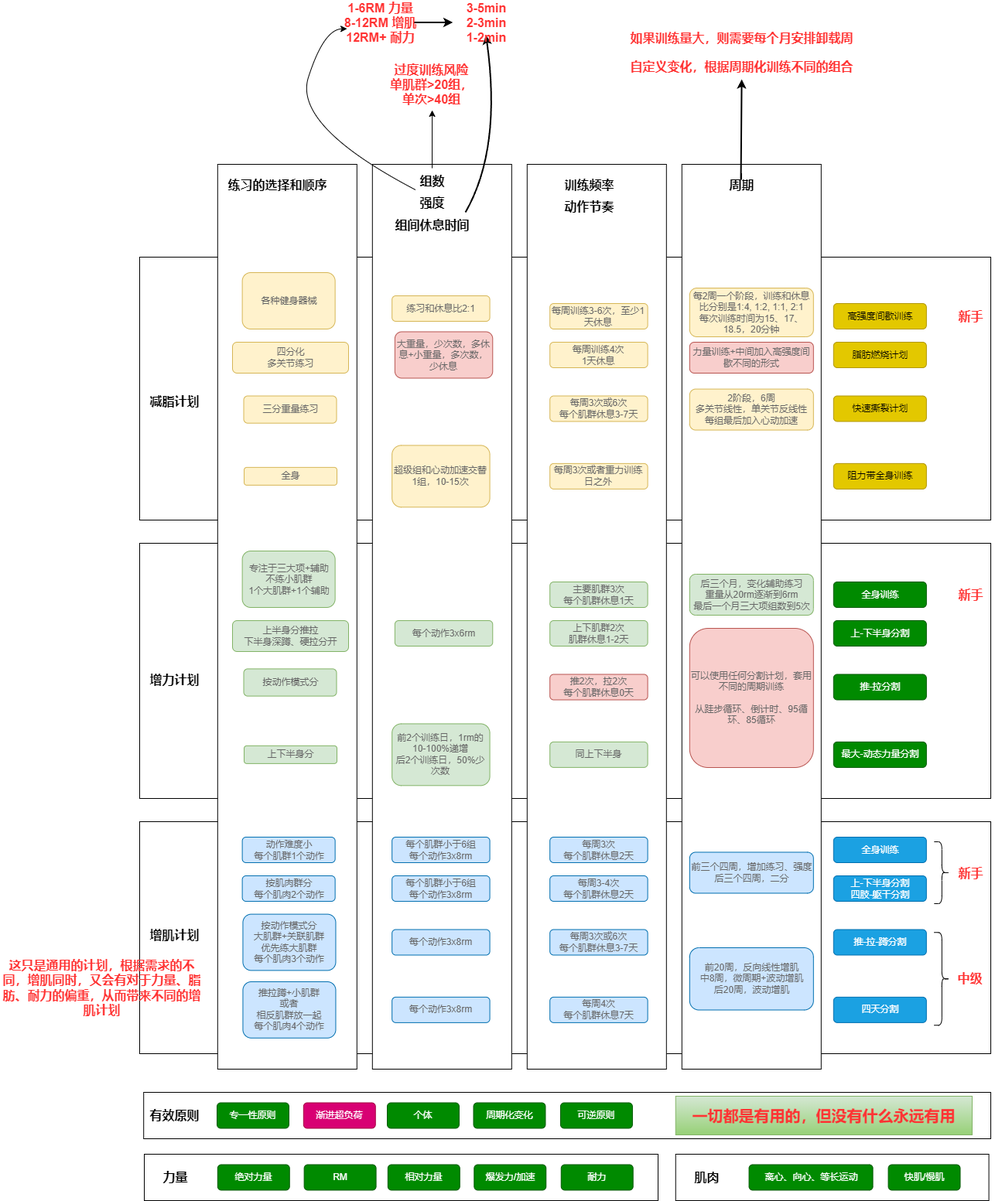
Before: image/run.drawio.png, a diagram exported from draw.io (codefossil/livingbook). Source tidied: cells renumbered, new cells last; positions are measured from the earlier drawing's top-left corner, leaving out a move shared by most shapes.
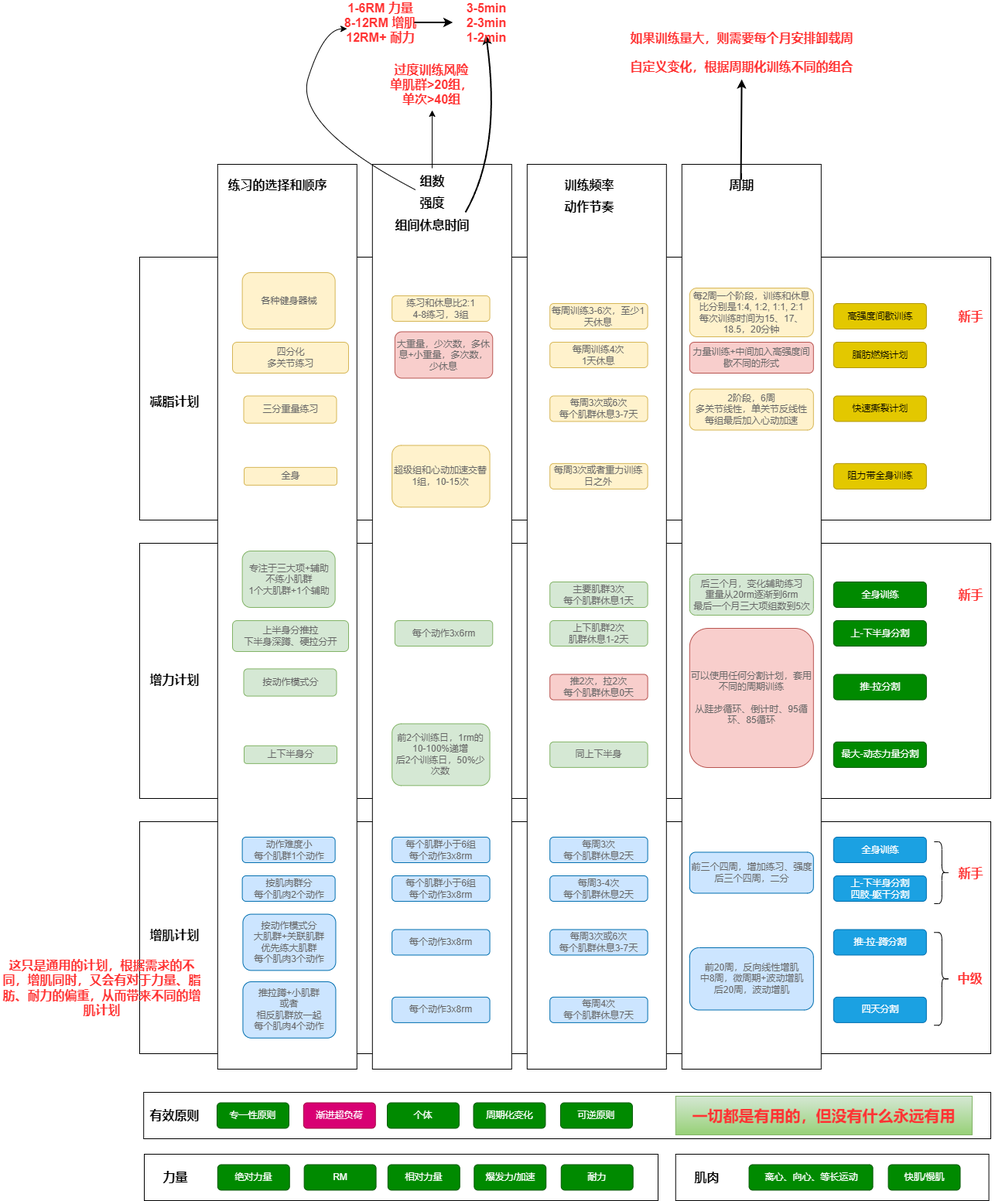
The same file after the commit.

The edit, as a diff of the source:
```diff
@@ -324,7 +324,7 @@
     <mxCell id="104" value="&lt;span style=&quot;font-size: 16px;&quot;&gt;&lt;font color=&quot;#ff3333&quot;&gt;新手&lt;/font&gt;&lt;br&gt;&lt;/span&gt;" style="fillColor=none;strokeColor=none;html=1;fontColor=#000000;align=center;verticalAlign=middle;fontStyle=1;fontSize=12;shadow=0;" parent="1" vertex="1">
       <mxGeometry x="1213.8" y="380" width="80" height="33" as="geometry" />
     </mxCell>
-    <mxCell id="105" value="&lt;font color=&quot;#666666&quot;&gt;练习和休息比2:1&lt;br&gt;&lt;/font&gt;" style="rounded=1;fillColor=#fff2cc;strokeColor=#d6b656;html=1;align=center;verticalAlign=middle;fontStyle=0;fontSize=12;sketch=0;shadow=0;" parent="1" vertex="1">
+    <mxCell id="105" value="&lt;font color=&quot;#666666&quot;&gt;练习和休息比2:1&lt;br&gt;4-8练习，3组&lt;br&gt;&lt;/font&gt;" style="rounded=1;fillColor=#fff2cc;strokeColor=#d6b656;html=1;align=center;verticalAlign=middle;fontStyle=0;fontSize=12;sketch=0;shadow=0;" parent="1" vertex="1">
       <mxGeometry x="506.2" y="370" width="126.4" height="33" as="geometry" />
     </mxCell>
     <mxCell id="106" value="&lt;font color=&quot;#666666&quot;&gt;2阶段，6周&lt;br&gt;多关节线性，单关节反线性&lt;br&gt;每组最后加入心动加速&lt;br&gt;&lt;/font&gt;" style="rounded=1;fillColor=#fff2cc;strokeColor=#d6b656;html=1;align=center;verticalAlign=middle;fontStyle=0;fontSize=12;sketch=0;shadow=0;whiteSpace=wrap;" parent="1" vertex="1">
```
